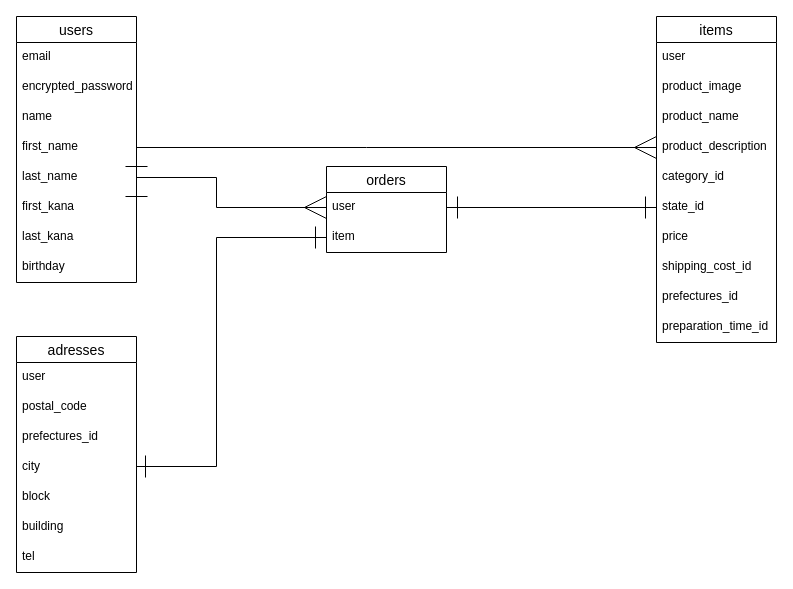
Above: DB.dio in OishiShota/furima-33917 (draw.io), before the change. Source tidied: cells renumbered, new cells numbered last; positions are measured from the earlier drawing's top-left corner, leaving out a move shared by most shapes. Both pictures are drawn from the tidied source at 100%, with x=0, y=0 at pixel (16, 16).
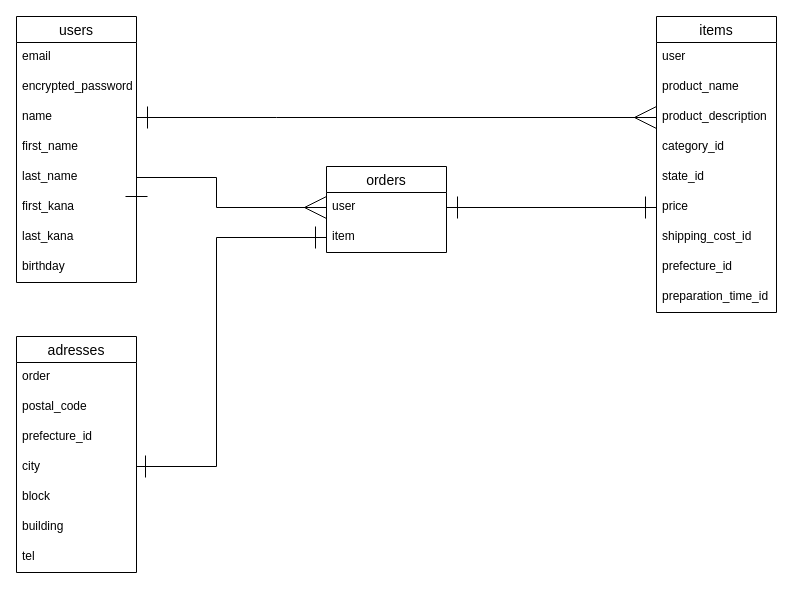
The same diagram, later.

Unchanged cells that the change refers to:
```xml
<mxCell id="5" value="name" style="text;strokeColor=none;fillColor=none;spacingLeft=4;spacingRight=4;overflow=hidden;points=[[0,0.5],[1,0.5]];portConstraint=eastwest;fontSize=12;" parent="2" vertex="1">
  <mxGeometry y="86" width="120" height="30" as="geometry" />
</mxCell>
<mxCell id="7" value="last_name" style="text;strokeColor=none;fillColor=none;spacingLeft=4;spacingRight=4;overflow=hidden;points=[[0,0.5],[1,0.5]];portConstraint=eastwest;fontSize=12;" parent="2" vertex="1">
  <mxGeometry y="146" width="120" height="30" as="geometry" />
</mxCell>
<mxCell id="24" value="user" style="text;strokeColor=none;fillColor=none;spacingLeft=4;spacingRight=4;overflow=hidden;points=[[0,0.5],[1,0.5]];portConstraint=eastwest;fontSize=12;" parent="23" vertex="1">
  <mxGeometry y="26" width="120" height="30" as="geometry" />
</mxCell>
<mxCell id="26" value="adresses" style="swimlane;fontStyle=0;horizontal=1;startSize=26;align=center;fontSize=14;" parent="1" vertex="1">
  <mxGeometry y="320" width="120" height="236" as="geometry" />
</mxCell>
```

The edit, as a diff of the source:
```diff
@@
     <mxCell id="12" value="items" style="swimlane;fontStyle=0;horizontal=1;startSize=26;align=center;fontSize=14;" parent="1" vertex="1">
-      <mxGeometry x="640" width="120" height="326" as="geometry" />
+      <mxGeometry x="640" width="120" height="296" as="geometry" />
     </mxCell>
@@
-    <mxCell id="14" value="product_image" style="text;strokeColor=none;fillColor=none;spacingLeft=4;spacingRight=4;overflow=hidden;fontSize=12;" parent="12" vertex="1">
-      <mxGeometry y="56" width="120" height="30" as="geometry" />
-    </mxCell>
     <mxCell id="15" value="product_name" style="text;strokeColor=none;fillColor=none;spacingLeft=4;spacingRight=4;overflow=hidden;fontSize=12;" parent="12" vertex="1">
-      <mxGeometry y="86" width="120" height="30" as="geometry" />
+      <mxGeometry y="56" width="120" height="30" as="geometry" />
     </mxCell>
     <mxCell id="16" value="product_description&#10;" style="text;strokeColor=none;fillColor=none;spacingLeft=4;spacingRight=4;overflow=hidden;points=[[0,0.5],[1,0.5]];portConstraint=eastwest;fontSize=12;" parent="12" vertex="1">
-      <mxGeometry y="116" width="120" height="30" as="geometry" />
+      <mxGeometry y="86" width="120" height="30" as="geometry" />
     </mxCell>
     <mxCell id="17" value="category_id" style="text;strokeColor=none;fillColor=none;spacingLeft=4;spacingRight=4;overflow=hidden;fontSize=12;" parent="12" vertex="1">
-      <mxGeometry y="146" width="120" height="30" as="geometry" />
+      <mxGeometry y="116" width="120" height="30" as="geometry" />
     </mxCell>
     <mxCell id="18" value="state_id" style="text;strokeColor=none;fillColor=none;spacingLeft=4;spacingRight=4;overflow=hidden;points=[[0,0.5],[1,0.5]];portConstraint=eastwest;fontSize=12;" parent="12" vertex="1">
-      <mxGeometry y="176" width="120" height="30" as="geometry" />
+      <mxGeometry y="146" width="120" height="30" as="geometry" />
     </mxCell>
     <mxCell id="19" value="price" style="text;strokeColor=none;fillColor=none;spacingLeft=4;spacingRight=4;overflow=hidden;fontSize=12;" parent="12" vertex="1">
-      <mxGeometry y="206" width="120" height="30" as="geometry" />
+      <mxGeometry y="176" width="120" height="30" as="geometry" />
     </mxCell>
     <mxCell id="20" value="shipping_cost_id" style="text;strokeColor=none;fillColor=none;spacingLeft=4;spacingRight=4;overflow=hidden;fontSize=12;" parent="12" vertex="1">
-      <mxGeometry y="236" width="120" height="30" as="geometry" />
+      <mxGeometry y="206" width="120" height="30" as="geometry" />
     </mxCell>
-    <mxCell id="21" value="prefectures_id" style="text;strokeColor=none;fillColor=none;spacingLeft=4;spacingRight=4;overflow=hidden;fontSize=12;" parent="12" vertex="1">
-      <mxGeometry y="266" width="120" height="30" as="geometry" />
+    <mxCell id="21" value="prefecture_id" style="text;strokeColor=none;fillColor=none;spacingLeft=4;spacingRight=4;overflow=hidden;fontSize=12;" parent="12" vertex="1">
+      <mxGeometry y="236" width="120" height="30" as="geometry" />
     </mxCell>
     <mxCell id="22" value="preparation_time_id" style="text;strokeColor=none;fillColor=none;spacingLeft=4;spacingRight=4;overflow=hidden;fontSize=12;" parent="12" vertex="1">
-      <mxGeometry y="296" width="120" height="30" as="geometry" />
+      <mxGeometry y="266" width="120" height="30" as="geometry" />
     </mxCell>
@@
-    <mxCell id="27" value="user" style="text;strokeColor=none;fillColor=none;spacingLeft=4;spacingRight=4;overflow=hidden;fontSize=12;" parent="26" vertex="1">
+    <mxCell id="27" value="order" style="text;strokeColor=none;fillColor=none;spacingLeft=4;spacingRight=4;overflow=hidden;fontSize=12;" parent="26" vertex="1">
       <mxGeometry y="26" width="120" height="30" as="geometry" />
     </mxCell>
@@
-    <mxCell id="29" value="prefectures_id" style="text;strokeColor=none;fillColor=none;spacingLeft=4;spacingRight=4;overflow=hidden;fontSize=12;" parent="26" vertex="1">
+    <mxCell id="29" value="prefecture_id" style="text;strokeColor=none;fillColor=none;spacingLeft=4;spacingRight=4;overflow=hidden;fontSize=12;" parent="26" vertex="1">
       <mxGeometry y="86" width="120" height="30" as="geometry" />
     </mxCell>
@@
-    <mxCell id="34" style="edgeStyle=orthogonalEdgeStyle;rounded=0;jettySize=auto;html=1;endArrow=ERmany;endFill=0;startArrow=ERone;startFill=0;endSize=20;startSize=20;entryX=0;entryY=0.5;entryDx=0;entryDy=0;exitX=1;exitY=0.5;exitDx=0;exitDy=0;" parent="1" edge="1" source="7" target="16">
+    <mxCell id="34" style="edgeStyle=orthogonalEdgeStyle;rounded=0;jettySize=auto;html=1;endArrow=ERmany;endFill=0;startArrow=ERone;startFill=0;endSize=20;startSize=20;exitX=1;exitY=0.5;exitDx=0;exitDy=0;entryX=0;entryY=0.5;entryDx=0;entryDy=0;" parent="1" edge="1" source="5" target="16">
       <mxGeometry relative="1" as="geometry">
         <Array as="points">
-          <mxPoint x="350" y="131" />
-          <mxPoint x="350" y="131" />
+          <mxPoint x="260" y="101" />
+          <mxPoint x="260" y="101" />
         </Array>
       </mxGeometry>
     </mxCell>
@@
-    <mxCell id="36" style="edgeStyle=orthogonalEdgeStyle;rounded=0;jettySize=auto;html=1;endArrow=ERone;endFill=0;startArrow=ERone;startFill=0;endSize=20;startSize=20;exitX=0;exitY=0.5;exitDx=0;exitDy=0;entryX=1;entryY=0.5;entryDx=0;entryDy=0;" parent="1" edge="1" source="18" target="24">
+    <mxCell id="36" style="edgeStyle=orthogonalEdgeStyle;rounded=0;jettySize=auto;html=1;endArrow=ERone;endFill=0;startArrow=ERone;startFill=0;endSize=20;startSize=20;entryX=1;entryY=0.5;entryDx=0;entryDy=0;" parent="1" edge="1" target="24">
       <mxGeometry relative="1" as="geometry">
+        <mxPoint x="640" y="191" as="sourcePoint" />
         <Array as="points">
           <mxPoint x="430" y="191" />
         </Array>
       </mxGeometry>
     </mxCell>
```
